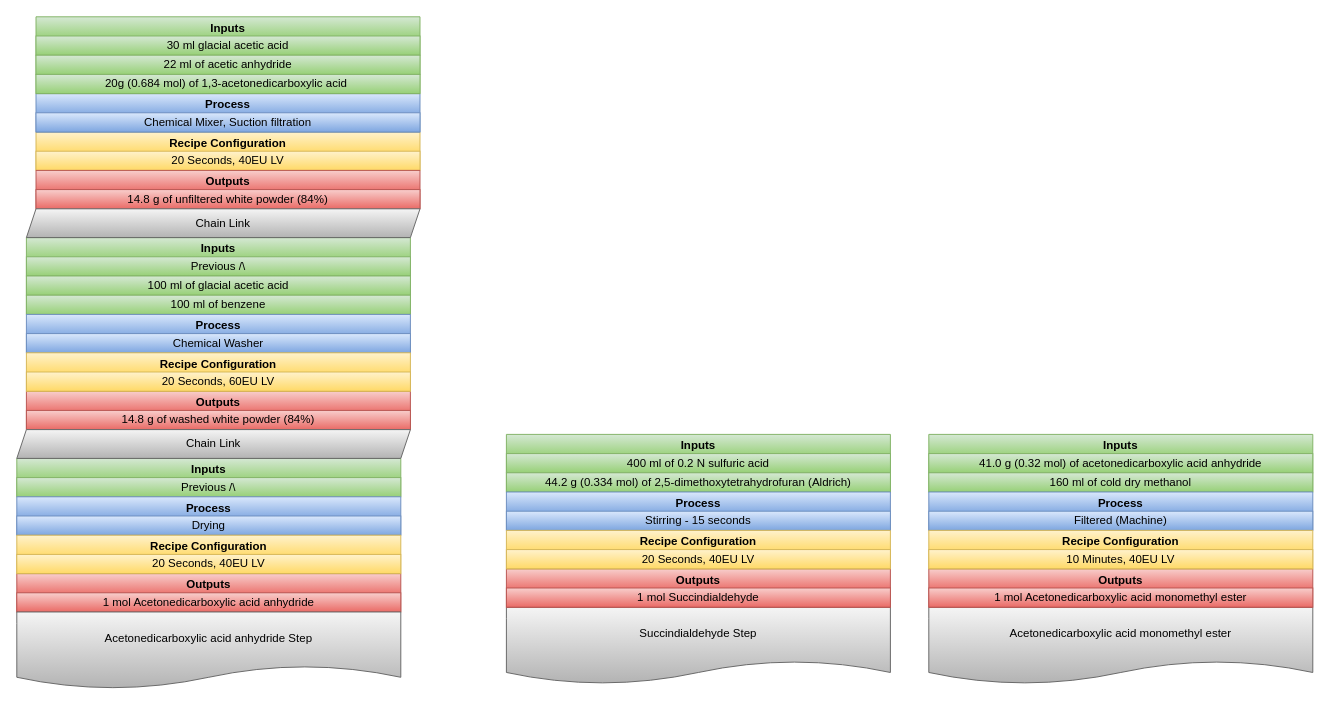
The draw.io diagram Cocaine.drawio in Nrmot/flowcharts, before the edit. Source tidied: cells renumbered, new cells numbered last; positions are measured from the earlier drawing's top-left corner, leaving out a move shared by most shapes. Both pictures are drawn from the tidied source at 96%, with x=0, y=0 at pixel (16, 16).
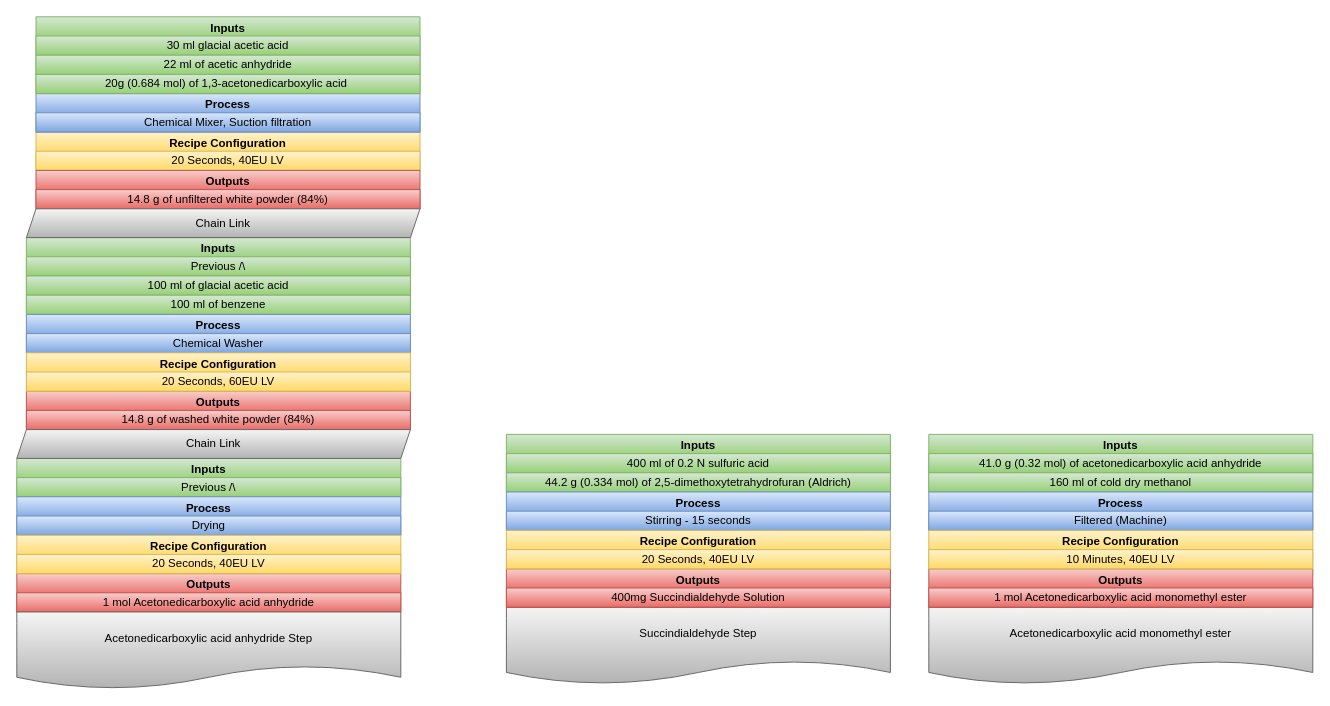
The same page after the edit.

The change refers to these unchanged cells:
```xml
<mxCell id="22" value="Outputs" style="swimlane;whiteSpace=wrap;html=1;fillColor=#f8cecc;strokeColor=#b85450;gradientColor=#ea6b66;" parent="1" vertex="1">
  <mxGeometry x="510" y="575" width="400" height="40" as="geometry" />
</mxCell>
```

What changed in the source:
```diff
@@
-    <mxCell id="24" value="1 mol Succindialdehyde" style="rounded=0;whiteSpace=wrap;html=1;fillColor=#f8cecc;strokeColor=#b85450;gradientColor=#ea6b66;" parent="22" vertex="1">
+    <mxCell id="24" value="400mg Succindialdehyde Solution" style="rounded=0;whiteSpace=wrap;html=1;fillColor=#f8cecc;strokeColor=#b85450;gradientColor=#ea6b66;" parent="22" vertex="1">
       <mxGeometry y="20" width="400" height="20" as="geometry" />
     </mxCell>
```
